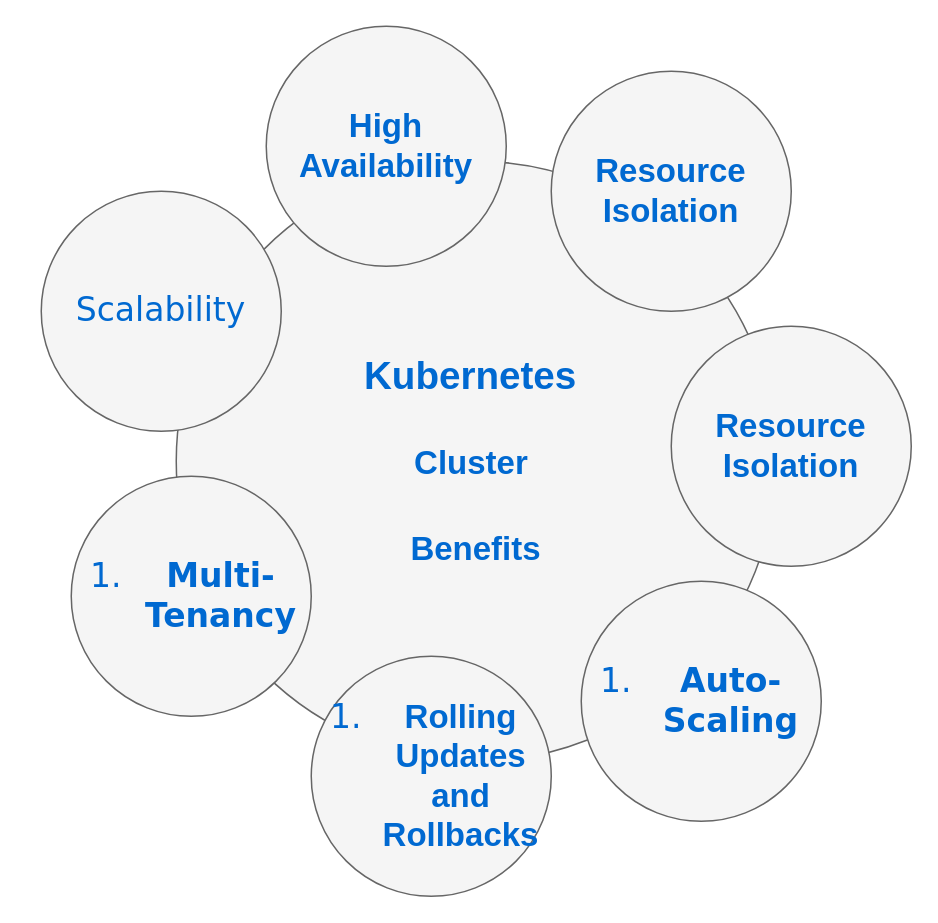
This is Untitled Diagram.drawio from MattGhafouri/MajeQafouri, a draw.io file, before an edit. Source tidied: cells renumbered, new cells numbered last; positions are measured from the earlier drawing's top-left corner, leaving out a move shared by most shapes. Both pictures are drawn from the tidied source at 150%, with x=0, y=0 at pixel (40, 26).
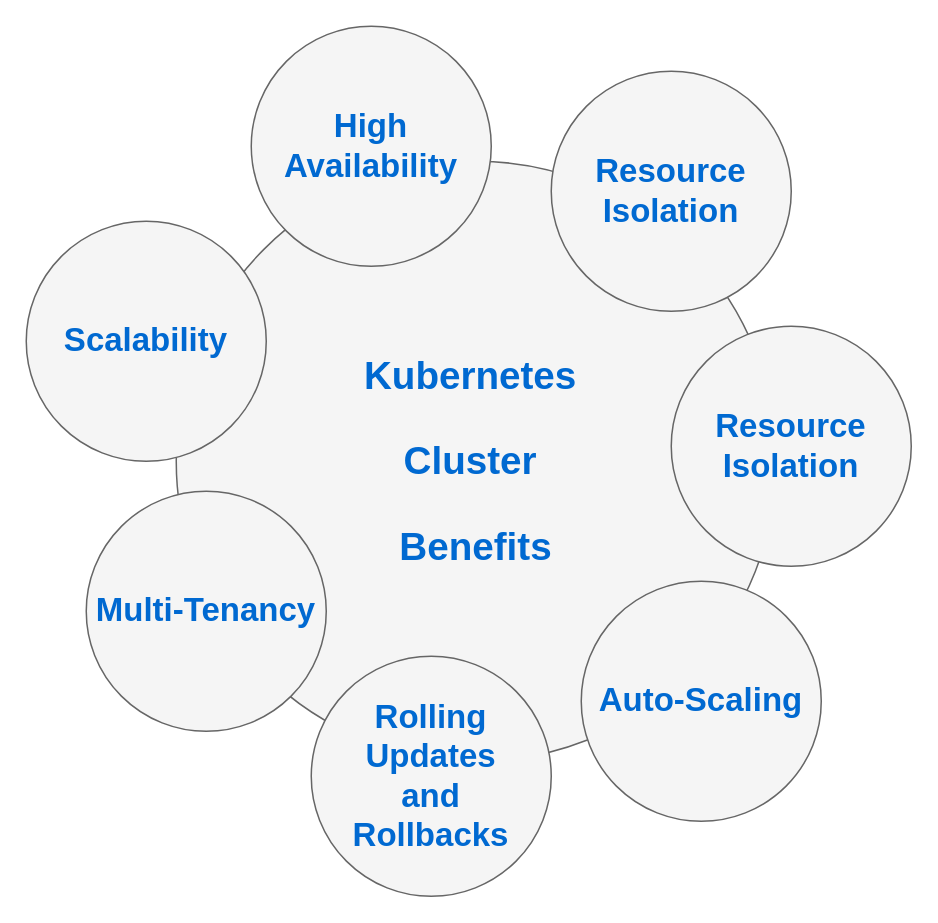
After the change.

What changed in the source:
```diff
@@
 <mxGraphModel>
   <root>
     <mxCell id="0" />
     <mxCell id="1" parent="0" />
-    <mxCell id="2" value="&lt;h3 class=&quot;graf graf--h3&quot; name=&quot;c93f&quot;&gt;&lt;font face=&quot;Helvetica&quot;&gt;Kubernetes&amp;nbsp;&lt;/font&gt;&lt;/h3&gt;&lt;h3 class=&quot;graf graf--h3&quot; name=&quot;c93f&quot;&gt;&lt;b style=&quot;background-color: initial; font-size: 22px;&quot;&gt;&lt;font face=&quot;Helvetica&quot;&gt;Cluster&amp;nbsp;&lt;/font&gt;&lt;/b&gt;&lt;/h3&gt;&lt;h3 class=&quot;graf graf--h3&quot; name=&quot;c93f&quot;&gt;&lt;b style=&quot;background-color: initial; font-size: 22px;&quot;&gt;&lt;font face=&quot;Helvetica&quot;&gt;Benefits&lt;/font&gt;&lt;/b&gt;&lt;/h3&gt;" style="ellipse;whiteSpace=wrap;html=1;rounded=0;shadow=0;dashed=0;comic=0;fontFamily=Verdana;fontSize=22;fontColor=#0069D1;fillColor=#f5f5f5;strokeColor=#666666;" parent="1" vertex="1">
+    <mxCell id="2" value="&lt;h3 class=&quot;graf graf--h3&quot; name=&quot;c93f&quot;&gt;&lt;font face=&quot;Helvetica&quot;&gt;Kubernetes&amp;nbsp;&lt;/font&gt;&lt;/h3&gt;&lt;h3 class=&quot;graf graf--h3&quot; name=&quot;c93f&quot;&gt;&lt;font face=&quot;Helvetica&quot;&gt;Cluster&amp;nbsp;&lt;/font&gt;&lt;/h3&gt;&lt;h3 class=&quot;graf graf--h3&quot; name=&quot;c93f&quot;&gt;&lt;font face=&quot;Helvetica&quot;&gt;Benefits&lt;/font&gt;&lt;br&gt;&lt;/h3&gt;" style="ellipse;whiteSpace=wrap;html=1;rounded=0;shadow=0;dashed=0;comic=0;fontFamily=Verdana;fontSize=22;fontColor=#0069D1;fillColor=#f5f5f5;strokeColor=#666666;" parent="1" vertex="1">
       <mxGeometry x="90" y="90" width="400" height="400" as="geometry" />
     </mxCell>
     <mxCell id="3" value="&lt;font face=&quot;Helvetica&quot;&gt;&lt;b&gt;High Availability&lt;/b&gt;&lt;/font&gt;" style="ellipse;whiteSpace=wrap;html=1;rounded=0;shadow=0;dashed=0;comic=0;fontFamily=Verdana;fontSize=22;fontColor=#0069D1;fillColor=#f5f5f5;strokeColor=#666666;" parent="1" vertex="1">
-      <mxGeometry x="150" width="160" height="160" as="geometry" />
+      <mxGeometry x="140" width="160" height="160" as="geometry" />
     </mxCell>
-    <mxCell id="4" value="&lt;ol class=&quot;postList&quot;&gt;&lt;li class=&quot;graf graf--li&quot; name=&quot;e953&quot;&gt;&lt;strong class=&quot;markup--strong markup--li-strong&quot;&gt;&lt;font face=&quot;Helvetica&quot;&gt;Rolling Updates and Rollbacks&lt;/font&gt;&lt;/strong&gt;&lt;/li&gt;&lt;/ol&gt;" style="ellipse;whiteSpace=wrap;html=1;rounded=0;shadow=0;dashed=0;comic=0;fontFamily=Verdana;fontSize=22;fontColor=#0069D1;fillColor=#f5f5f5;strokeColor=#666666;align=center;" parent="1" vertex="1">
+    <mxCell id="4" value="&lt;font face=&quot;Helvetica&quot;&gt;&lt;b&gt;Rolling Updates &lt;br&gt;and &lt;br&gt;Rollbacks&lt;/b&gt;&lt;/font&gt;" style="ellipse;whiteSpace=wrap;html=1;rounded=0;shadow=0;dashed=0;comic=0;fontFamily=Verdana;fontSize=22;fontColor=#0069D1;fillColor=#f5f5f5;strokeColor=#666666;align=center;" parent="1" vertex="1">
       <mxGeometry x="180" y="420" width="160" height="160" as="geometry" />
     </mxCell>
-    <mxCell id="5" value="Scalability" style="ellipse;whiteSpace=wrap;html=1;rounded=0;shadow=0;dashed=0;comic=0;fontFamily=Verdana;fontSize=22;fontColor=#0069D1;fillColor=#f5f5f5;strokeColor=#666666;" parent="1" vertex="1">
-      <mxGeometry y="110" width="160" height="160" as="geometry" />
+    <mxCell id="5" value="&lt;font face=&quot;Helvetica&quot;&gt;&lt;b&gt;Scalability&lt;/b&gt;&lt;/font&gt;" style="ellipse;whiteSpace=wrap;html=1;rounded=0;shadow=0;dashed=0;comic=0;fontFamily=Verdana;fontSize=22;fontColor=#0069D1;fillColor=#f5f5f5;strokeColor=#666666;" parent="1" vertex="1">
+      <mxGeometry x="-10" y="130" width="160" height="160" as="geometry" />
     </mxCell>
     <mxCell id="6" value="&lt;font face=&quot;Helvetica&quot;&gt;&lt;b&gt;Resource Isolation&lt;/b&gt;&lt;/font&gt;" style="ellipse;whiteSpace=wrap;html=1;rounded=0;shadow=0;dashed=0;comic=0;fontFamily=Verdana;fontSize=22;fontColor=#0069D1;fillColor=#f5f5f5;strokeColor=#666666;align=center;" parent="1" vertex="1">
       <mxGeometry x="340" y="30" width="160" height="160" as="geometry" />
     </mxCell>
-    <mxCell id="7" value="&lt;ol class=&quot;postList&quot;&gt;&lt;li class=&quot;graf graf--li&quot; name=&quot;0f3a&quot;&gt;&lt;strong class=&quot;markup--strong markup--li-strong&quot;&gt;Auto-Scaling&lt;/strong&gt;&lt;/li&gt;&lt;/ol&gt;" style="ellipse;whiteSpace=wrap;html=1;rounded=0;shadow=0;dashed=0;comic=0;fontFamily=Verdana;fontSize=22;fontColor=#0069D1;fillColor=#f5f5f5;strokeColor=#666666;" parent="1" vertex="1">
+    <mxCell id="7" value="&lt;div&gt;&lt;font style=&quot;&quot; face=&quot;Helvetica&quot;&gt;&lt;b&gt;Auto-Scaling&lt;/b&gt;&lt;/font&gt;&lt;br&gt;&lt;/div&gt;" style="ellipse;whiteSpace=wrap;html=1;rounded=0;shadow=0;dashed=0;comic=0;fontFamily=Verdana;fontSize=22;fontColor=#0069D1;fillColor=#f5f5f5;strokeColor=#666666;" parent="1" vertex="1">
       <mxGeometry x="360" y="370" width="160" height="160" as="geometry" />
     </mxCell>
-    <mxCell id="8" value="&lt;ol class=&quot;postList&quot;&gt;&lt;li class=&quot;graf graf--li&quot; name=&quot;1c5b&quot;&gt;&lt;strong class=&quot;markup--strong markup--li-strong&quot;&gt;Multi-Tenancy&lt;/strong&gt;&lt;/li&gt;&lt;/ol&gt;" style="ellipse;whiteSpace=wrap;html=1;rounded=0;shadow=0;dashed=0;comic=0;fontFamily=Verdana;fontSize=22;fontColor=#0069D1;fillColor=#f5f5f5;strokeColor=#666666;" parent="1" vertex="1">
-      <mxGeometry x="20" y="300" width="160" height="160" as="geometry" />
+    <mxCell id="8" value="&lt;div&gt;&lt;b&gt;&lt;font face=&quot;Helvetica&quot;&gt;Multi-Tenancy&lt;/font&gt;&lt;/b&gt;&lt;br&gt;&lt;/div&gt;" style="ellipse;whiteSpace=wrap;html=1;rounded=0;shadow=0;dashed=0;comic=0;fontFamily=Verdana;fontSize=22;fontColor=#0069D1;fillColor=#f5f5f5;strokeColor=#666666;" parent="1" vertex="1">
+      <mxGeometry x="30" y="310" width="160" height="160" as="geometry" />
     </mxCell>
     <mxCell id="9" value="&lt;font face=&quot;Helvetica&quot;&gt;&lt;b&gt;Resource Isolation&lt;/b&gt;&lt;/font&gt;" style="ellipse;whiteSpace=wrap;html=1;rounded=0;shadow=0;dashed=0;comic=0;fontFamily=Verdana;fontSize=22;fontColor=#0069D1;fillColor=#f5f5f5;strokeColor=#666666;align=center;" parent="1" vertex="1">
       <mxGeometry x="420" y="200" width="160" height="160" as="geometry" />
     </mxCell>
   </root>
 </mxGraphModel>
```
